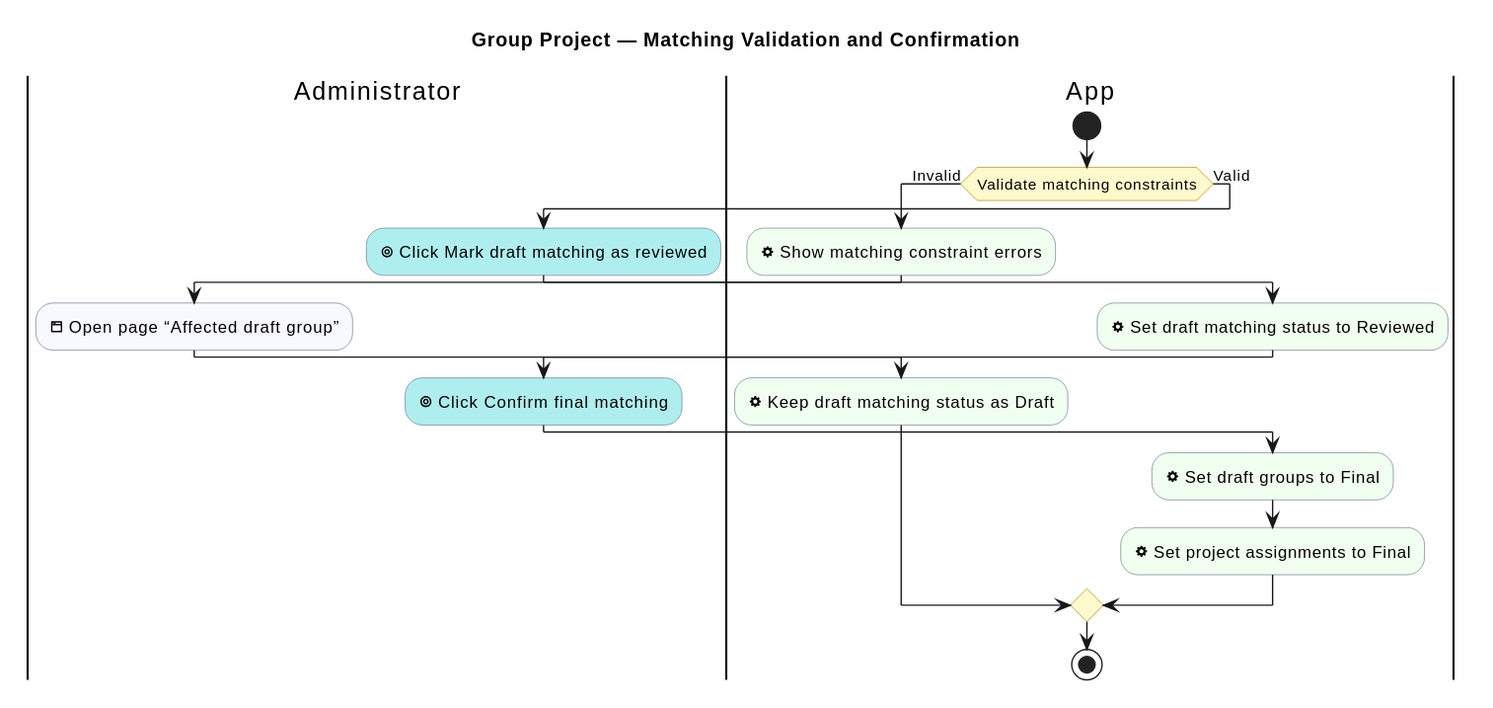
sdflkjssl/sdflkjssl.github.io keeps this PlantUML diagram as industrial-placement-group-project/diagrams/group-project/matching-validation-and-confirmation.svg. Above is the earlier version.
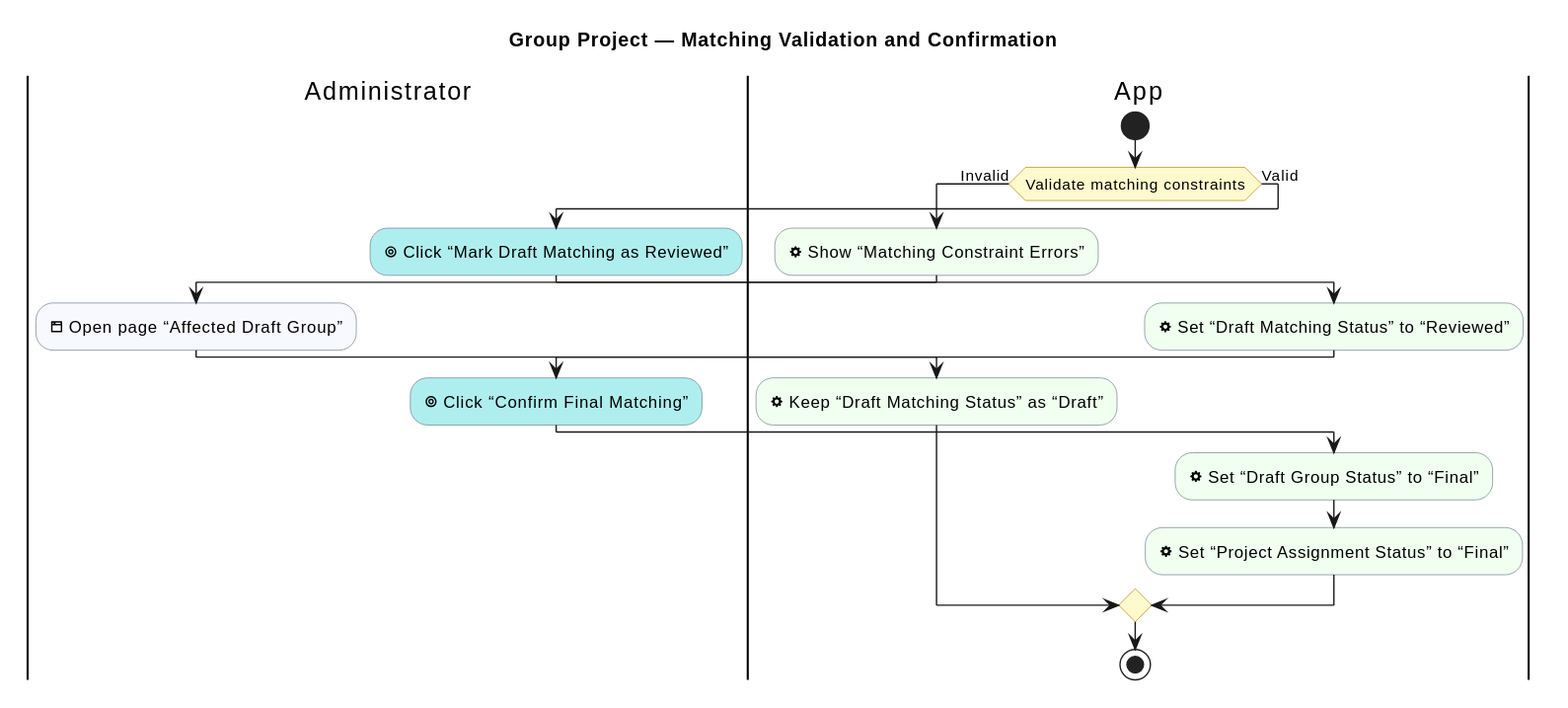
Later version of the same file.

Change to the diagram source:
```diff
@@ -13,21 +13,21 @@
 |App|
 start
 if (Validate matching constraints) then (Invalid)
-  :<&cog> Show matching constraint errors; <<#HoneyDew>>
+  :<&cog> Show “Matching Constraint Errors”; <<#HoneyDew>>
   |Administrator|
-  :<&browser> Open page “Affected draft group”; <<#GhostWhite>>
+  :<&browser> Open page “Affected Draft Group”; <<#GhostWhite>>
   |App|
-  :<&cog> Keep draft matching status as Draft; <<#HoneyDew>>
+  :<&cog> Keep “Draft Matching Status” as “Draft”; <<#HoneyDew>>
 else (Valid)
   |Administrator|
-  :<&target> Click Mark draft matching as reviewed; <<#PaleTurquoise>>
+:<&target> Click “Mark Draft Matching as Reviewed”; <<#PaleTurquoise>>
   |App|
-  :<&cog> Set draft matching status to Reviewed; <<#HoneyDew>>
+  :<&cog> Set “Draft Matching Status” to “Reviewed”; <<#HoneyDew>>
   |Administrator|
-  :<&target> Click Confirm final matching; <<#PaleTurquoise>>
+:<&target> Click “Confirm Final Matching”; <<#PaleTurquoise>>
   |App|
-  :<&cog> Set draft groups to Final; <<#HoneyDew>>
-  :<&cog> Set project assignments to Final; <<#HoneyDew>>
+  :<&cog> Set “Draft Group Status” to “Final”; <<#HoneyDew>>
+  :<&cog> Set “Project Assignment Status” to “Final”; <<#HoneyDew>>
 endif
 stop
 @enduml
```
